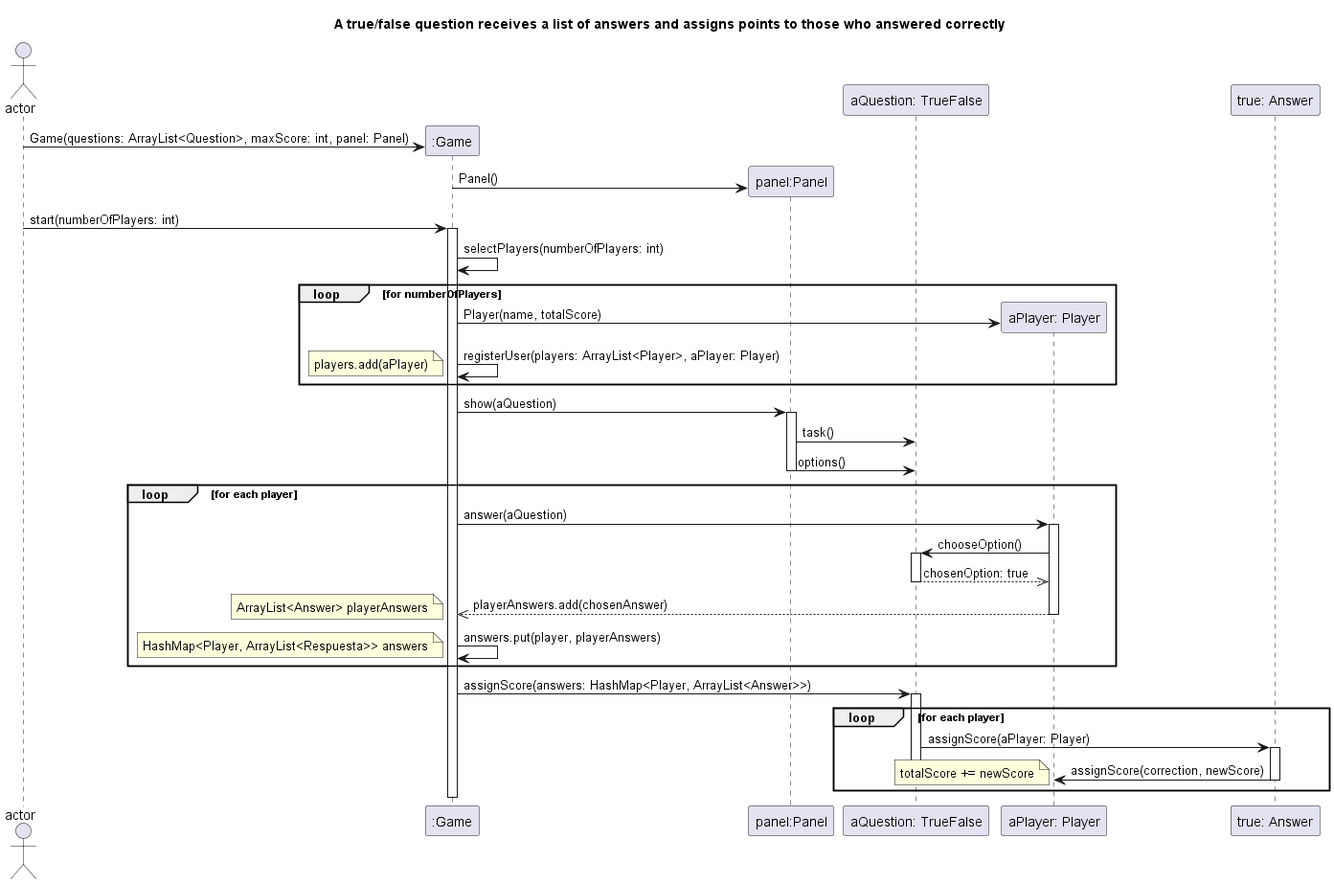
agpelliciari/TP2-Algo-III keeps this PlantUML diagram as UML files/SecuenceDiagramCaseOfUseOne.png. Above is the earlier version.
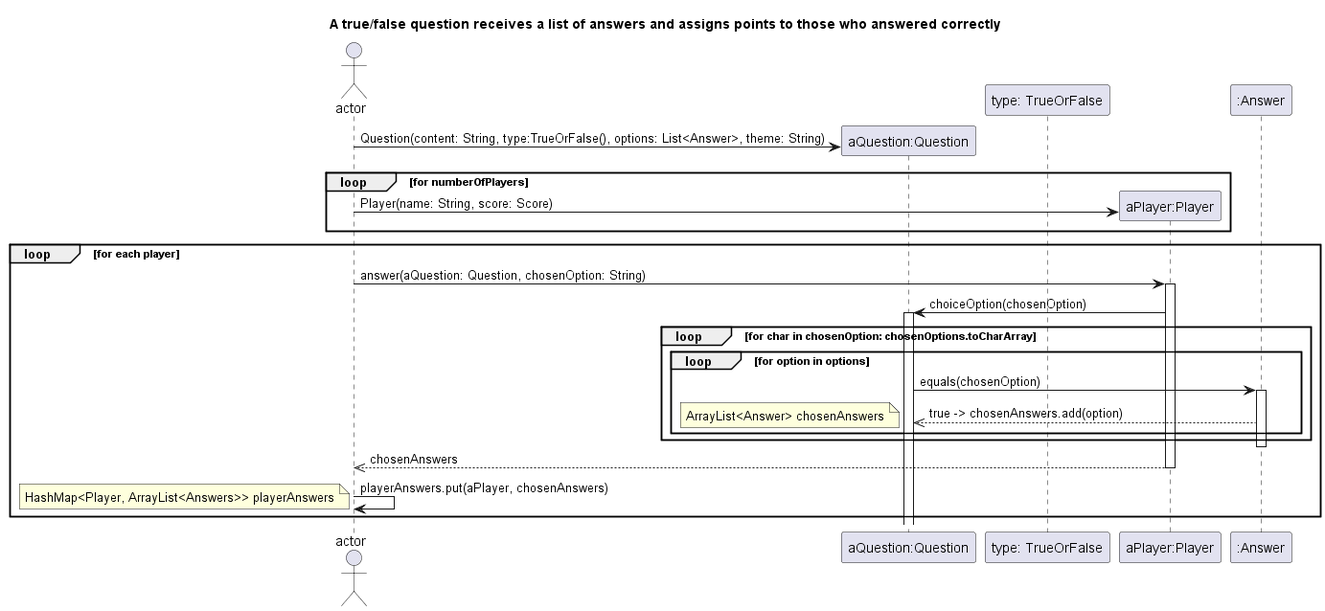
The same diagram one commit later.

Commit message:
#53 Modified and added secuence diagram 'TrueOrFalse' case of use

Change to the diagram source:
```diff
@@ -2,58 +2,37 @@
 title: A true/false question receives a list of answers and assigns points to those who answered correctly
 
 actor actor
-participant ":Game" as game
-participant "panel:Panel" as panel
-participant "aQuestion: TrueFalse" as question
-participant "aPlayer: Player" as player
-participant "true: Answer" as trueAnswer
+participant "aQuestion:Question" as question
+participant "type: TrueOrFalse" as type
+participant "aPlayer:Player" as player
+participant ":Answer" as answer
 
-create game
-actor -> game: Game(questions: ArrayList<Question>, maxScore: int, panel: Panel)
-
-create panel
-game -> panel: Panel()
-
-actor -> game: start(numberOfPlayers: int)
-activate game
-
-game -> game: selectPlayers(numberOfPlayers: int)
+create question
+actor -> question: Question(content: String, type:TrueOrFalse(), options: List<Answer>, theme: String)
 
 loop for numberOfPlayers
 create player
-game -> player: Player(name, totalScore)
-game -> game: registerUser(players: ArrayList<Player>, aPlayer: Player)
-note left: players.add(aPlayer)
+actor -> player: Player(name: String, score: Score)
 end
 
-game -> panel: show(aQuestion)
-activate panel
-panel -> question: task()
-panel -> question: options()
-deactivate panel
+loop for each player
+actor -> player: answer(aQuestion: Question, chosenOption: String)
+activate player
+player -> question: choiceOption(chosenOption)
 
-loop for each player
-game -> player: answer(aQuestion)
-activate player
-player -> question: chooseOption()
 activate question
-question -->> player: chosenOption: true
-deactivate question
-player -->> game: playerAnswers.add(chosenAnswer)
-note left: ArrayList<Answer> playerAnswers
+loop for char in chosenOption: chosenOptions.toCharArray
+    loop for option in options
+        question -> answer: equals(chosenOption)
+        activate answer
+        question <<-- answer: true -> chosenAnswers.add(option)
+        note left: ArrayList<Answer> chosenAnswers
+        end loop
+end loop
+deactivate answer
+player -->> actor: chosenAnswers
 deactivate player
-game -> game: answers.put(player, playerAnswers)
-note left: HashMap<Player, ArrayList<Respuesta>> answers
-end
-game -> question: assignScore(answers: HashMap<Player, ArrayList<Answer>>)
-activate question
-loop for each player
-question -> trueAnswer: assignScore(aPlayer: Player)
-activate trueAnswer
-trueAnswer -> player: assignScore(correction, newScore)
-note left: totalScore += newScore
-deactivate trueAnswer
-deactivate question
-end
-deactivate game
+actor -> actor: playerAnswers.put(aPlayer, chosenAnswers)
+note left: HashMap<Player, ArrayList<Answers>> playerAnswers
+end loop
 @enduml
```
